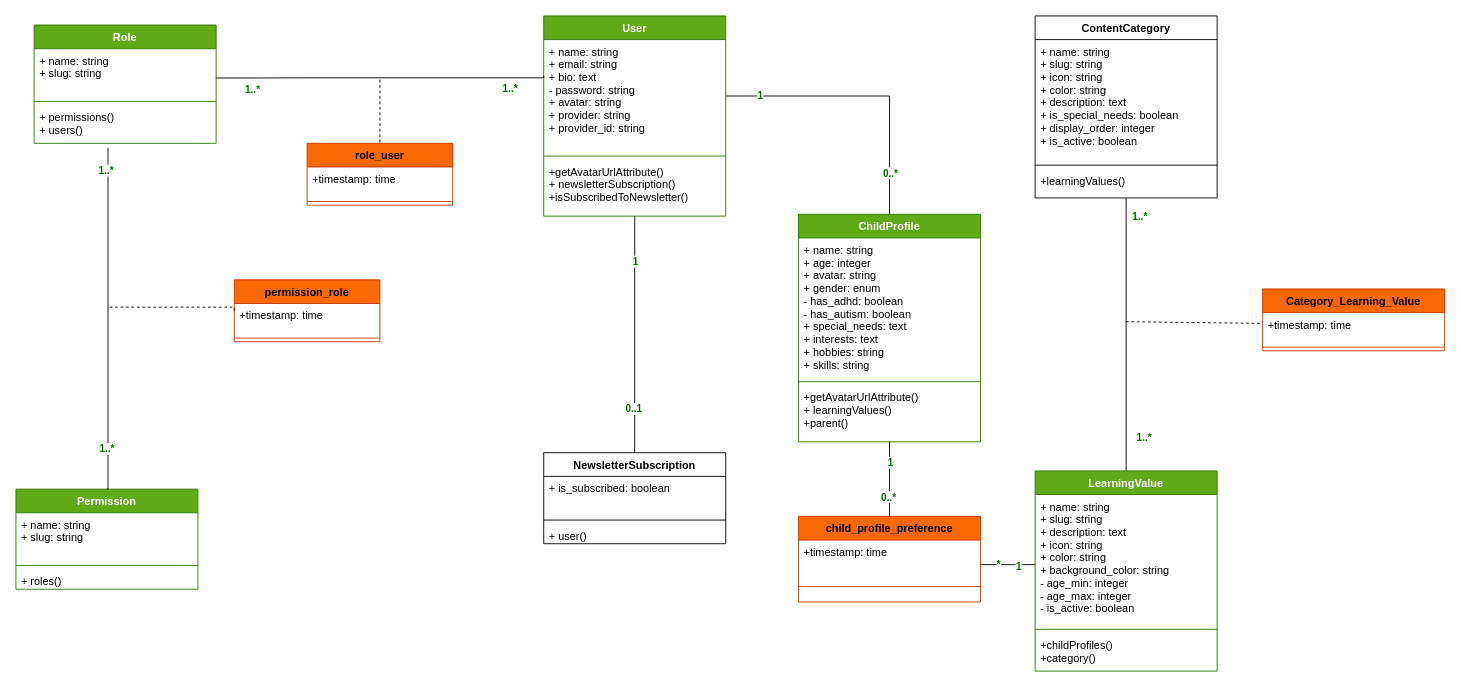
Earlier version of the draw.io diagram page "Class Diagram" (1 of 2) of UML/class.drawio (ettaoussiilyas/KidsGuard). Source tidied: cells renumbered, new cells numbered last; positions are measured from the earlier drawing's top-left corner, leaving out a move shared by most shapes. Both pictures are drawn from the tidied source at 91%, with x=0, y=0 at pixel (15, 15).
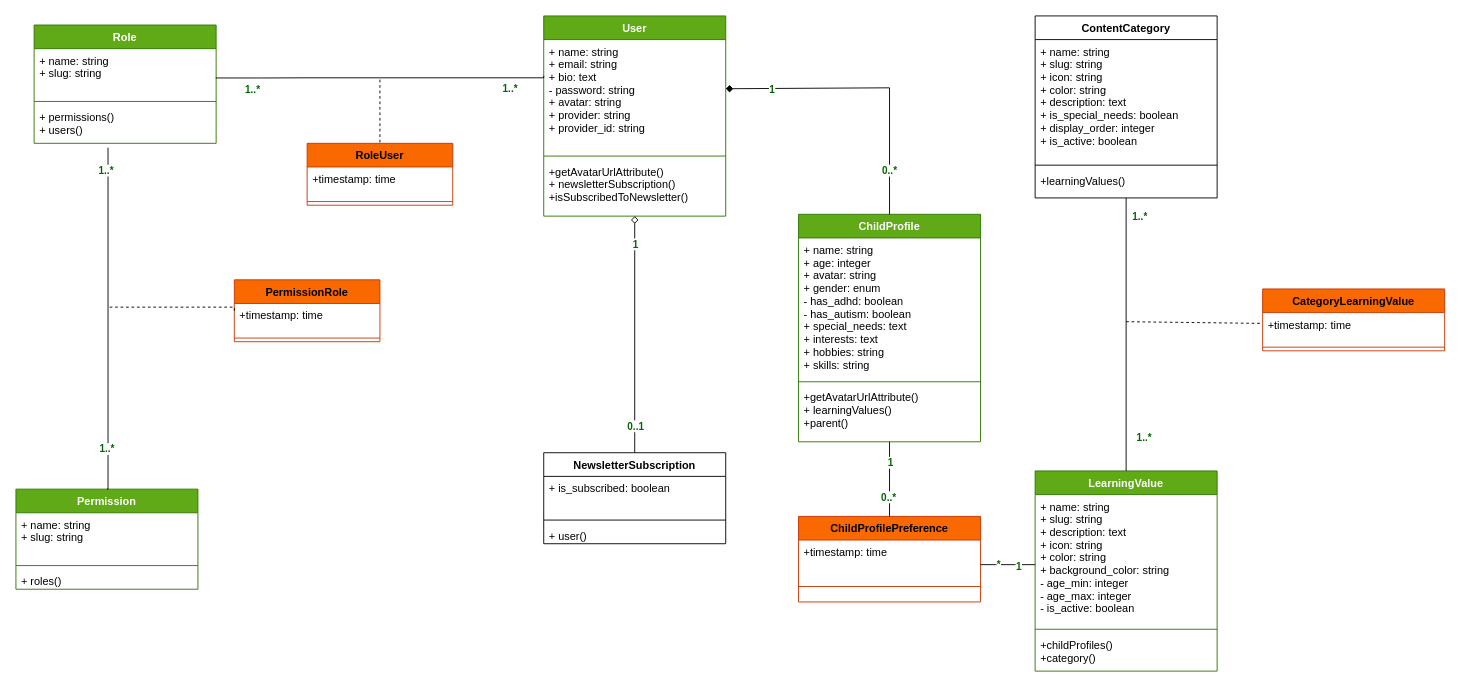
The same diagram, later.

Commit message (it also covers changes not shown here):
last changes: correcting the diagrame of class and diagramme of use case

Unchanged cells that the change refers to:
```xml
<mxCell id="2" value="User" style="swimlane;fontStyle=1;align=center;verticalAlign=top;horizontal=1;startSize=26;fillColor=#60a917;fontColor=#ffffff;strokeColor=#2D7600;" parent="1" vertex="1">
  <mxGeometry x="580" width="200" height="220" as="geometry" />
</mxCell>
<mxCell id="3" value="+ name: string&#10;+ email: string&#10;+ bio: text&#10;- password: string&#10;+ avatar: string&#10;+ provider: string&#10;+ provider_id: string" style="text;align=left;verticalAlign=top;spacingLeft=4;spacingRight=4;overflow=hidden;points=[[0,0.5],[1,0.5]];portConstraint=eastwest;" parent="2" vertex="1">
  <mxGeometry y="26" width="200" height="124" as="geometry" />
</mxCell>
<mxCell id="14" value="ChildProfile" style="swimlane;fontStyle=1;align=center;verticalAlign=top;horizontal=1;startSize=26;fillColor=#60a917;fontColor=#ffffff;strokeColor=#2D7600;" parent="1" vertex="1">
  <mxGeometry x="860" y="218" width="200" height="250" as="geometry" />
</mxCell>
<mxCell id="26" value="NewsletterSubscription" style="swimlane;fontStyle=1;align=center;verticalAlign=top;horizontal=1;startSize=26;" parent="1" vertex="1">
  <mxGeometry x="580" y="480" width="200" height="100" as="geometry" />
</mxCell>
```

Change to the diagram source:
```diff
@@
-    <mxCell id="30" value="role_user" style="swimlane;fontStyle=1;align=center;verticalAlign=top;horizontal=1;startSize=26;fillColor=#fa6800;strokeColor=#C73500;fontColor=#000000;" parent="1" vertex="1">
+    <mxCell id="30" value="RoleUser" style="swimlane;fontStyle=1;align=center;verticalAlign=top;horizontal=1;startSize=26;fillColor=#fa6800;strokeColor=#C73500;fontColor=#000000;" parent="1" vertex="1">
       <mxGeometry x="320" y="140" width="160" height="68" as="geometry" />
     </mxCell>
@@
-    <mxCell id="33" value="permission_role" style="swimlane;fontStyle=1;align=center;verticalAlign=top;horizontal=1;startSize=26;fillColor=#fa6800;fontColor=#000000;strokeColor=#C73500;" parent="1" vertex="1">
+    <mxCell id="33" value="PermissionRole" style="swimlane;fontStyle=1;align=center;verticalAlign=top;horizontal=1;startSize=26;fillColor=#fa6800;fontColor=#000000;strokeColor=#C73500;" parent="1" vertex="1">
       <mxGeometry x="240" y="290" width="160" height="68" as="geometry" />
     </mxCell>
@@
-    <mxCell id="36" value="child_profile_preference" style="swimlane;fontStyle=1;align=center;verticalAlign=top;horizontal=1;startSize=26;fillColor=#fa6800;fontColor=#000000;strokeColor=#C73500;" parent="1" vertex="1">
+    <mxCell id="36" value="ChildProfilePreference" style="swimlane;fontStyle=1;align=center;verticalAlign=top;horizontal=1;startSize=26;fillColor=#fa6800;fontColor=#000000;strokeColor=#C73500;" parent="1" vertex="1">
       <mxGeometry x="860" y="550" width="200" height="94" as="geometry" />
     </mxCell>
@@
-    <mxCell id="45" style="endArrow=none;html=1;rounded=0;exitX=1;exitY=0.5;exitDx=0;exitDy=0;entryX=0.5;entryY=0;entryDx=0;entryDy=0;" parent="1" edge="1" source="3" target="14">
-      <mxGeometry relative="1" as="geometry">
-        <Array as="points">
-          <mxPoint x="960" y="88" />
-        </Array>
-      </mxGeometry>
-    </mxCell>
-    <mxCell id="46" value="1" style="edgeLabel;html=1;align=center;verticalAlign=middle;fontColor=#006600;fontStyle=1;" parent="45" vertex="1">
-      <mxGeometry x="-0.7" y="1" relative="1" as="geometry">
-        <mxPoint x="-10" as="offset" />
-      </mxGeometry>
-    </mxCell>
-    <mxCell id="47" value="0..*" style="edgeLabel;html=1;align=center;verticalAlign=middle;fontColor=#006600;fontStyle=1;" parent="45" vertex="1">
-      <mxGeometry x="0.7" y="-1" relative="1" as="geometry">
-        <mxPoint x="1" as="offset" />
-      </mxGeometry>
-    </mxCell>
@@
-    <mxCell id="55" style="endArrow=none;html=1;rounded=0;exitX=0.5;exitY=1;exitDx=0;exitDy=0;entryX=0.5;entryY=0;entryDx=0;entryDy=0;" parent="1" edge="1" source="2" target="26">
-      <mxGeometry relative="1" as="geometry" />
+    <mxCell id="55" style="endArrow=diamond;html=1;rounded=0;exitX=0.5;exitY=0;exitDx=0;exitDy=0;endFill=0;" parent="1" edge="1" source="26">
+      <mxGeometry relative="1" as="geometry">
+        <mxPoint x="680" y="220" as="targetPoint" />
+      </mxGeometry>
     </mxCell>
     <mxCell id="56" value="1" style="edgeLabel;html=1;align=center;verticalAlign=middle;fontColor=#006600;fontStyle=1;" parent="55" vertex="1">
       <mxGeometry x="-0.7" y="1" relative="1" as="geometry">
-        <mxPoint x="-1" y="10" as="offset" />
+        <mxPoint x="1" y="-191" as="offset" />
       </mxGeometry>
     </mxCell>
     <mxCell id="57" value="0..1" style="edgeLabel;html=1;align=center;verticalAlign=middle;fontColor=#006600;fontStyle=1;" parent="55" vertex="1">
       <mxGeometry x="0.7" y="-1" relative="1" as="geometry">
-        <mxPoint x="-1" y="-10" as="offset" />
+        <mxPoint x="-1" y="191" as="offset" />
       </mxGeometry>
     </mxCell>
@@
-    <mxCell id="61" value="Category_Learning_Value" style="swimlane;fontStyle=1;align=center;verticalAlign=top;horizontal=1;startSize=26;fillColor=#fa6800;fontColor=#000000;strokeColor=#C73500;" parent="1" vertex="1">
+    <mxCell id="61" value="CategoryLearningValue" style="swimlane;fontStyle=1;align=center;verticalAlign=top;horizontal=1;startSize=26;fillColor=#fa6800;fontColor=#000000;strokeColor=#C73500;" parent="1" vertex="1">
       <mxGeometry x="1370" y="300" width="200" height="68" as="geometry" />
     </mxCell>
@@
+    <mxCell id="45" style="endArrow=diamond;html=1;rounded=0;exitX=0.5;exitY=0;exitDx=0;exitDy=0;endFill=1;" parent="1" edge="1" source="14">
+      <mxGeometry relative="1" as="geometry">
+        <mxPoint x="780" y="80" as="targetPoint" />
+        <Array as="points">
+          <mxPoint x="960" y="79" />
+        </Array>
+      </mxGeometry>
+    </mxCell>
+    <mxCell id="46" value="1" style="edgeLabel;html=1;align=center;verticalAlign=middle;fontColor=#006600;fontStyle=1;" parent="45" vertex="1">
+      <mxGeometry x="-0.7" y="1" relative="1" as="geometry">
+        <mxPoint x="-129" y="-90" as="offset" />
+      </mxGeometry>
+    </mxCell>
+    <mxCell id="47" value="0..*" style="edgeLabel;html=1;align=center;verticalAlign=middle;fontColor=#006600;fontStyle=1;" parent="45" vertex="1">
+      <mxGeometry x="0.7" y="-1" relative="1" as="geometry">
+        <mxPoint x="132" y="91" as="offset" />
+      </mxGeometry>
+    </mxCell>
```
